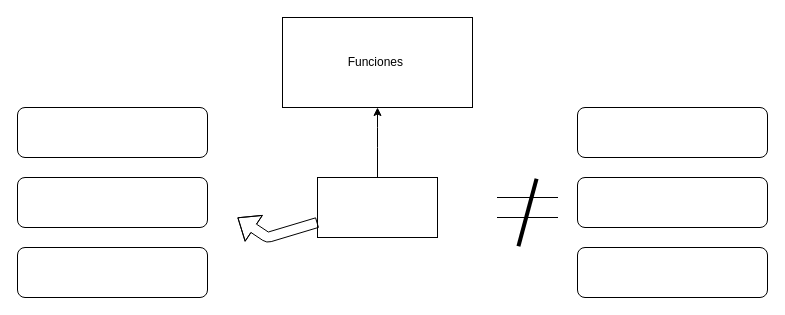
Above: Untitled Diagram.drawio in AnthonyMeroJD/Dbpoo (draw.io), before the change. Source tidied: cells renumbered, new cells numbered last; positions are measured from the earlier drawing's top-left corner, leaving out a move shared by most shapes. Both pictures are drawn from the tidied source at 100%, with x=0, y=0 at pixel (17, 17).
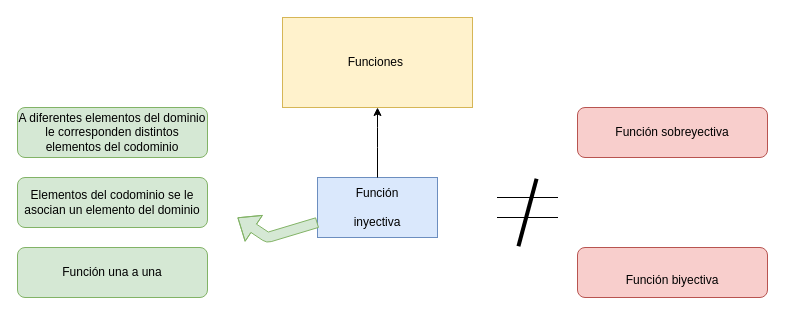
After the change.

Change to the diagram source:
```diff
@@
 <mxGraphModel>
   <root>
     <mxCell id="0" />
     <mxCell id="1" parent="0" />
-    <mxCell id="2" style="rounded=0;whiteSpace=wrap;html=1;" parent="1" vertex="1">
+    <mxCell id="2" value="Función&lt;br&gt;&lt;br&gt;inyectiva&lt;br&gt;" style="rounded=0;whiteSpace=wrap;html=1;fillColor=#dae8fc;strokeColor=#6c8ebf;" parent="1" vertex="1">
       <mxGeometry x="300" y="160" width="120" height="60" as="geometry" />
     </mxCell>
     <mxCell id="3" style="endArrow=classic;html=1;" parent="1" edge="1">
       <mxGeometry relative="1" as="geometry">
         <mxPoint x="360" y="160" as="sourcePoint" />
         <mxPoint x="360" y="90" as="targetPoint" />
         <Array as="points">
           <mxPoint x="360" y="120" />
         </Array>
       </mxGeometry>
     </mxCell>
-    <mxCell id="4" value="Funciones&amp;nbsp;" style="rounded=0;whiteSpace=wrap;html=1;" parent="1" vertex="1">
+    <mxCell id="4" value="Funciones&amp;nbsp;" style="rounded=0;whiteSpace=wrap;html=1;fillColor=#fff2cc;strokeColor=#d6b656;" parent="1" vertex="1">
       <mxGeometry x="265" width="190" height="90" as="geometry" />
     </mxCell>
     <mxCell id="5" style="shape=partialRectangle;whiteSpace=wrap;html=1;top=0;bottom=0;fillColor=none;rotation=90;" parent="1" vertex="1">
       <mxGeometry x="500" y="160" width="20" height="60" as="geometry" />
     </mxCell>
     <mxCell id="6" style="line;strokeWidth=4;direction=south;html=1;perimeter=backbonePerimeter;rotation=15;" parent="1" vertex="1">
       <mxGeometry x="505" y="160" width="10" height="70" as="geometry" />
     </mxCell>
-    <mxCell id="7" style="rounded=1;whiteSpace=wrap;html=1;" parent="1" vertex="1">
+    <mxCell id="7" value="Función sobreyectiva" style="rounded=1;whiteSpace=wrap;html=1;fillColor=#f8cecc;strokeColor=#b85450;" parent="1" vertex="1">
       <mxGeometry x="560" y="90" width="190" height="50" as="geometry" />
     </mxCell>
-    <mxCell id="8" style="rounded=1;whiteSpace=wrap;html=1;" parent="1" vertex="1">
-      <mxGeometry x="560" y="160" width="190" height="50" as="geometry" />
+    <mxCell id="8" value="&lt;br&gt;Función biyectiva&lt;br&gt;" style="rounded=1;whiteSpace=wrap;html=1;fillColor=#f8cecc;strokeColor=#b85450;" parent="1" vertex="1">
+      <mxGeometry x="560" y="230" width="190" height="50" as="geometry" />
     </mxCell>
-    <mxCell id="9" style="rounded=1;whiteSpace=wrap;html=1;" parent="1" vertex="1">
-      <mxGeometry x="560" y="230" width="190" height="50" as="geometry" />
-    </mxCell>
-    <mxCell id="10" style="rounded=1;whiteSpace=wrap;html=1;" parent="1" vertex="1">
+    <mxCell id="10" value="A diferentes elementos del dominio le corresponden distintos&lt;br/&gt;elementos del codominio" style="rounded=1;whiteSpace=wrap;html=1;fillColor=#d5e8d4;strokeColor=#82b366;" parent="1" vertex="1">
       <mxGeometry y="90" width="190" height="50" as="geometry" />
     </mxCell>
-    <mxCell id="11" style="rounded=1;whiteSpace=wrap;html=1;" parent="1" vertex="1">
+    <mxCell id="11" value="Elementos del codominio se le asocian un elemento del dominio" style="rounded=1;whiteSpace=wrap;html=1;fillColor=#d5e8d4;strokeColor=#82b366;" parent="1" vertex="1">
       <mxGeometry y="160" width="190" height="50" as="geometry" />
     </mxCell>
-    <mxCell id="12" style="rounded=1;whiteSpace=wrap;html=1;" parent="1" vertex="1">
+    <mxCell id="12" value="Función una a una" style="rounded=1;whiteSpace=wrap;html=1;fillColor=#d5e8d4;strokeColor=#82b366;" parent="1" vertex="1">
       <mxGeometry y="230" width="190" height="50" as="geometry" />
     </mxCell>
-    <mxCell id="13" style="shape=flexArrow;endArrow=classic;html=1;exitX=0;exitY=0.75;exitDx=0;exitDy=0;" parent="1" edge="1" source="2">
+    <mxCell id="13" style="shape=flexArrow;endArrow=classic;html=1;exitX=0;exitY=0.75;exitDx=0;exitDy=0;fillColor=#d5e8d4;strokeColor=#82b366;" parent="1" edge="1" source="2">
       <mxGeometry relative="1" as="geometry">
         <mxPoint x="220" y="200" as="targetPoint" />
         <Array as="points">
           <mxPoint x="250" y="220" />
         </Array>
       </mxGeometry>
     </mxCell>
   </root>
 </mxGraphModel>
```
